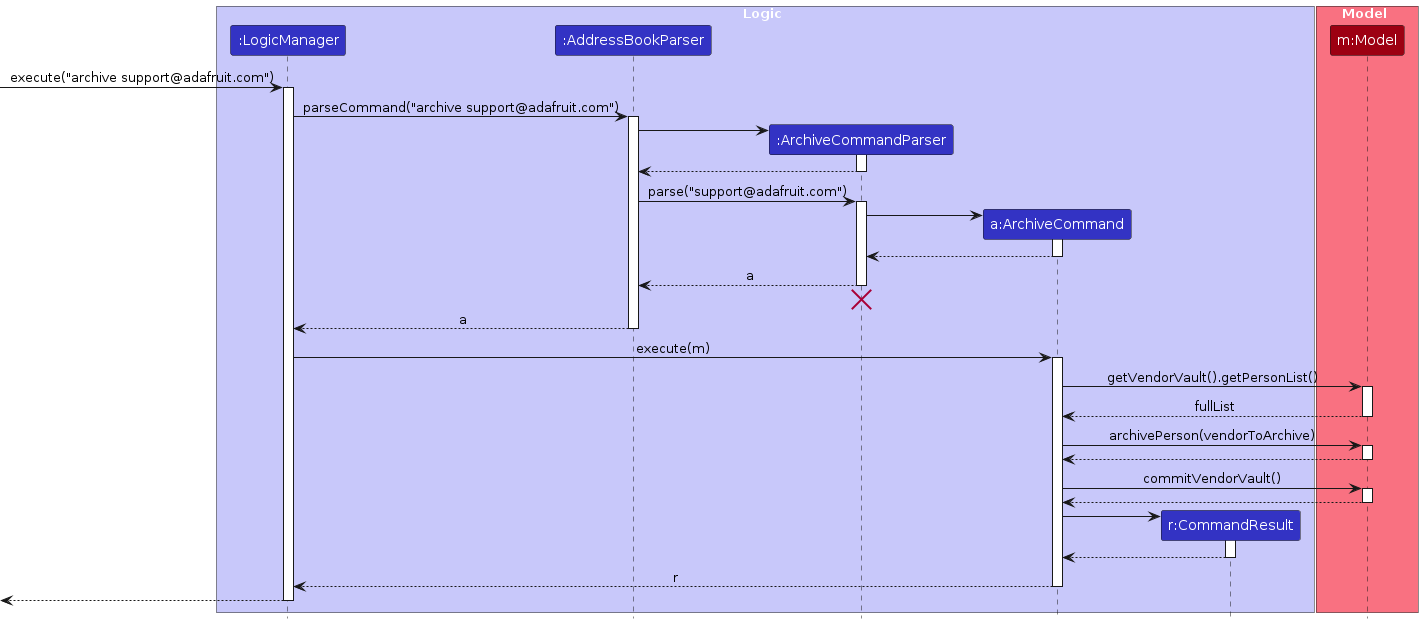
Before: diagrams/ArchiveSequenceDiagram.png, a diagram exported from PlantUML (jolenechong/tp). Its source is kept beside it as diagrams/ArchiveSequenceDiagram.puml.
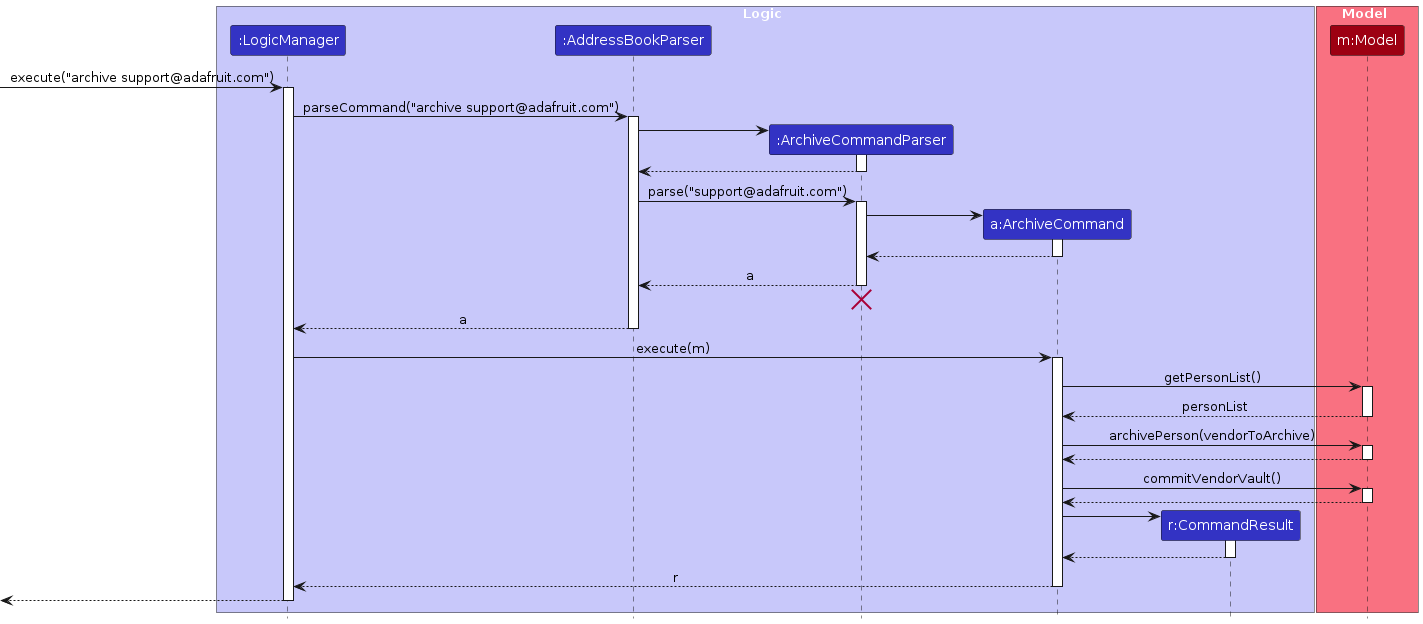
After the change.

The edit, as a diff of the source:
```diff
@@ -48,9 +48,9 @@
 LogicManager -> ArchiveCommand : execute(m)
 activate ArchiveCommand
 
-ArchiveCommand -> Model : getVendorVault().getPersonList()
+ArchiveCommand -> Model : getPersonList()
 activate Model
-Model --> ArchiveCommand : fullList
+Model --> ArchiveCommand : personList
 deactivate Model
 
 ArchiveCommand -> Model : archivePerson(vendorToArchive)
```
